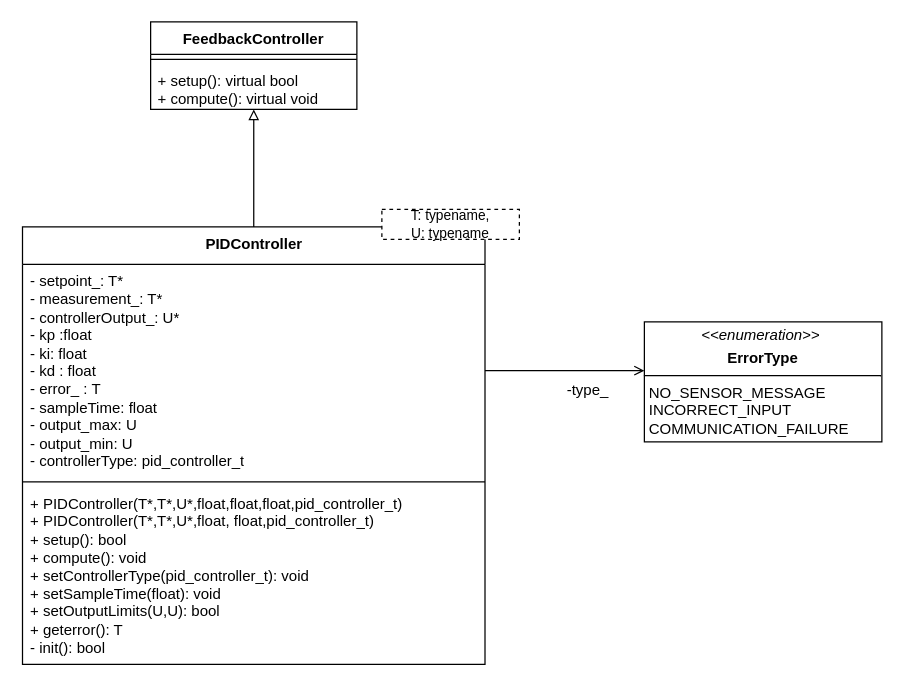
mekuro9/PWAO-CSU keeps this draw.io diagram as Diagrams/UML/Error UML.drawio. Above is the earlier version. Source tidied: cells renumbered, new cells numbered last; positions are measured from the earlier drawing's top-left corner, leaving out a move shared by most shapes. Both pictures are drawn from the tidied source at 125%, with x=0, y=0 at pixel (21, 21).
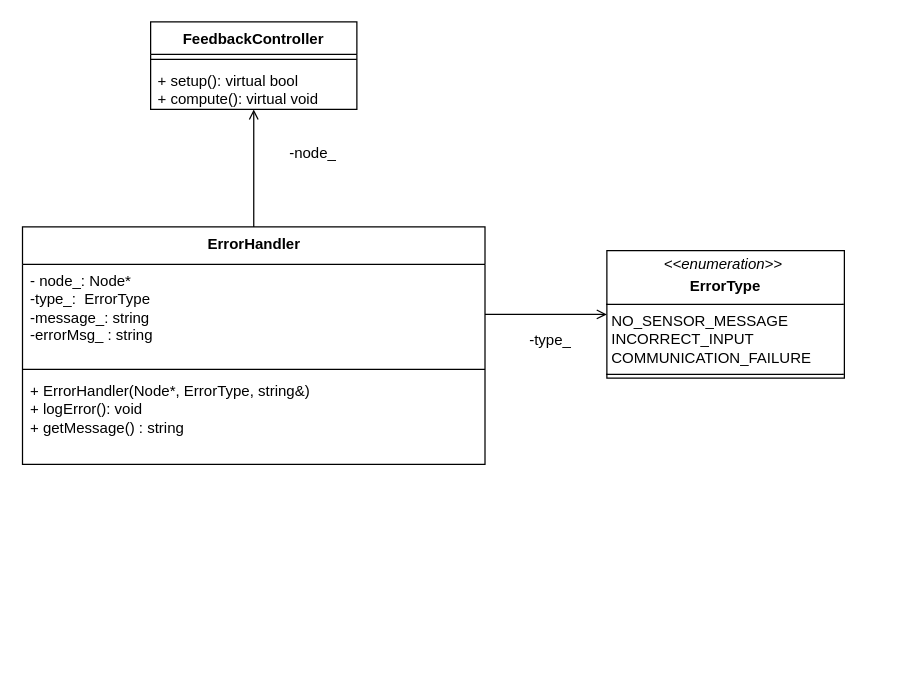
The same page after the edit.

The edit, as a diff of the source:
```diff
@@
 <mxGraphModel>
   <root>
     <mxCell id="0" />
     <mxCell id="1" parent="0" />
     <mxCell id="2" value="FeedbackController" style="swimlane;fontStyle=1;align=center;verticalAlign=top;horizontal=1;startSize=26;whiteSpace=wrap;html=1;" parent="1" vertex="1">
       <mxGeometry x="103" width="165" height="70" as="geometry" />
     </mxCell>
     <mxCell id="3" style="line;strokeWidth=1;fillColor=none;align=left;verticalAlign=middle;spacingTop=-1;spacingLeft=3;spacingRight=3;labelPosition=right;strokeColor=inherit;" parent="2" vertex="1">
       <mxGeometry y="26" width="165" height="8" as="geometry" />
     </mxCell>
     <mxCell id="4" value="&lt;div&gt;+ setup(): virtual bool&lt;/div&gt;&lt;div&gt;+ compute(): virtual void&lt;br&gt;&lt;/div&gt;" style="text;strokeColor=none;fillColor=none;align=left;verticalAlign=top;spacingLeft=4;spacingRight=4;overflow=hidden;whiteSpace=wrap;html=1;" parent="2" vertex="1">
       <mxGeometry y="34" width="165" height="36" as="geometry" />
     </mxCell>
-    <mxCell id="5" style="edgeStyle=orthogonalEdgeStyle;rounded=0;jettySize=auto;html=1;endArrow=block;endFill=0;" parent="1" edge="1" source="6" target="2">
+    <mxCell id="5" style="edgeStyle=orthogonalEdgeStyle;rounded=0;jettySize=auto;html=1;endArrow=open;endFill=0;" parent="1" edge="1" source="6" target="2">
       <mxGeometry relative="1" as="geometry" />
     </mxCell>
-    <mxCell id="6" value="PIDController" style="swimlane;fontStyle=1;align=center;verticalAlign=top;horizontal=1;startSize=30;whiteSpace=wrap;html=1;" parent="1" vertex="1">
-      <mxGeometry x="0.5" y="164" width="370" height="350" as="geometry" />
+    <mxCell id="6" value="ErrorHandler" style="swimlane;fontStyle=1;align=center;verticalAlign=top;horizontal=1;startSize=30;whiteSpace=wrap;html=1;" parent="1" vertex="1">
+      <mxGeometry x="0.5" y="164" width="370" height="190" as="geometry" />
     </mxCell>
-    <mxCell id="7" value="&lt;div&gt;- setpoint_: T*&lt;/div&gt;&lt;div&gt;- measurement_: T*&lt;/div&gt;&lt;div&gt;- controllerOutput_: U*&lt;/div&gt;&lt;div&gt;- kp :float&lt;/div&gt;&lt;div&gt;- ki: float&lt;/div&gt;&lt;div&gt;- kd : float&lt;/div&gt;&lt;div&gt;- error_ : T&lt;/div&gt;&lt;div&gt;- sampleTime: float&lt;/div&gt;&lt;div&gt;- output_max: U&lt;br&gt;&lt;/div&gt;&lt;div&gt;- output_min: U&lt;/div&gt;&lt;div&gt;- controllerType: pid_controller_t&lt;br&gt;&lt;/div&gt;" style="text;strokeColor=none;fillColor=none;align=left;verticalAlign=top;spacingLeft=4;spacingRight=4;overflow=hidden;points=[[0,0.5],[1,0.5]];portConstraint=eastwest;whiteSpace=wrap;html=1;" parent="6" vertex="1">
-      <mxGeometry y="30" width="370" height="170" as="geometry" />
+    <mxCell id="7" value="&lt;div&gt;- node_: Node*&lt;/div&gt;&lt;div&gt;-type_:&amp;nbsp; ErrorType&lt;/div&gt;&lt;div&gt;-message_: string&lt;/div&gt;&lt;div&gt;-errorMsg_ : string&lt;br&gt;&lt;/div&gt;" style="text;strokeColor=none;fillColor=none;align=left;verticalAlign=top;spacingLeft=4;spacingRight=4;overflow=hidden;points=[[0,0.5],[1,0.5]];portConstraint=eastwest;whiteSpace=wrap;html=1;" parent="6" vertex="1">
+      <mxGeometry y="30" width="370" height="80" as="geometry" />
     </mxCell>
     <mxCell id="8" style="line;strokeWidth=1;fillColor=none;align=left;verticalAlign=middle;spacingTop=-1;spacingLeft=3;spacingRight=3;labelPosition=right;strokeColor=inherit;" parent="6" vertex="1">
-      <mxGeometry y="200" width="370" height="8" as="geometry" />
+      <mxGeometry y="110" width="370" height="8" as="geometry" />
     </mxCell>
-    <mxCell id="9" value="&lt;div&gt;+ PIDController(T*,T*,U*,float,float,float,pid_controller_t)&lt;/div&gt;&lt;div&gt;+ PIDController(T*,T*,U*,float, float,pid_controller_t)&lt;br&gt;&lt;/div&gt;&lt;div&gt;+ setup(): bool&lt;/div&gt;&lt;div&gt;+ compute(): void&lt;/div&gt;&lt;div&gt;+ setControllerType(pid_controller_t): void&lt;/div&gt;&lt;div&gt;+ setSampleTime(float): void&lt;br&gt;&lt;/div&gt;&lt;div&gt;+ setOutputLimits(U,U): bool&lt;/div&gt;&lt;div&gt;+ geterror(): T&lt;/div&gt;&lt;div&gt;- init(): bool &lt;br&gt;&lt;/div&gt;" style="text;strokeColor=none;fillColor=none;align=left;verticalAlign=top;spacingLeft=4;spacingRight=4;overflow=hidden;whiteSpace=wrap;html=1;" parent="6" vertex="1">
-      <mxGeometry y="208" width="370" height="142" as="geometry" />
+    <mxCell id="9" value="&lt;div&gt;+ ErrorHandler(Node*, ErrorType, string&amp;amp;)&lt;br&gt;&lt;/div&gt;&lt;div&gt;+ logError(): void&lt;/div&gt;&lt;div&gt;+ getMessage() : string&lt;br&gt;&lt;/div&gt;" style="text;strokeColor=none;fillColor=none;align=left;verticalAlign=top;spacingLeft=4;spacingRight=4;overflow=hidden;whiteSpace=wrap;html=1;" parent="6" vertex="1">
+      <mxGeometry y="118" width="370" height="72" as="geometry" />
     </mxCell>
-    <mxCell id="10" value="&lt;div style=&quot;font-size: 11px;&quot;&gt;&lt;font style=&quot;font-size: 11px;&quot;&gt;T: typename,&lt;/font&gt;&lt;/div&gt;&lt;div style=&quot;font-size: 11px;&quot;&gt;&lt;font style=&quot;font-size: 11px;&quot;&gt;U: typename&lt;b&gt;&lt;br&gt;&lt;/b&gt;&lt;/font&gt;&lt;/div&gt;" style="rounded=0;whiteSpace=wrap;html=1;dashed=1;" parent="1" vertex="1">
-      <mxGeometry x="288" y="150" width="110" height="24" as="geometry" />
-    </mxCell>
-    <mxCell id="11" style="edgeStyle=orthogonalEdgeStyle;rounded=0;jettySize=auto;html=1;endArrow=open;endFill=0;" parent="1" edge="1" source="7">
-      <mxGeometry relative="1" as="geometry">
-        <mxPoint x="498" y="279" as="targetPoint" />
-      </mxGeometry>
+    <mxCell id="11" style="edgeStyle=orthogonalEdgeStyle;rounded=0;jettySize=auto;html=1;endArrow=open;endFill=0;entryX=0;entryY=0.5;entryDx=0;entryDy=0;" parent="1" edge="1" source="7" target="13">
+      <mxGeometry relative="1" as="geometry" />
     </mxCell>
     <mxCell id="12" value="-type_" style="text;html=1;align=center;verticalAlign=middle;whiteSpace=wrap;rounded=0;" parent="1" vertex="1">
-      <mxGeometry x="408" y="280" width="90" height="30" as="geometry" />
+      <mxGeometry x="378" y="240" width="90" height="30" as="geometry" />
     </mxCell>
     <mxCell id="13" value="&lt;p style=&quot;margin:0px;margin-top:4px;text-align:center;&quot;&gt;&lt;i&gt;&amp;lt;&amp;lt;enumeration&amp;gt;&amp;gt;&lt;/i&gt;&lt;b&gt;&amp;nbsp;&lt;/b&gt;&lt;/p&gt;&lt;p style=&quot;margin:0px;margin-top:4px;text-align:center;&quot;&gt;&lt;b&gt;ErrorType&lt;/b&gt;&lt;br&gt;&lt;/p&gt;&lt;hr size=&quot;1&quot; style=&quot;border-style:solid;&quot;&gt;&lt;p style=&quot;margin:0px;margin-left:4px;&quot;&gt;NO_SENSOR_MESSAGE&lt;/p&gt;&lt;p style=&quot;margin:0px;margin-left:4px;&quot;&gt;INCORRECT_INPUT&lt;/p&gt;&lt;p style=&quot;margin:0px;margin-left:4px;&quot;&gt;COMMUNICATION_FAILURE&lt;br&gt;&lt;/p&gt;&lt;hr size=&quot;1&quot; style=&quot;border-style:solid;&quot;&gt;" style="verticalAlign=top;align=left;overflow=fill;html=1;whiteSpace=wrap;" parent="1" vertex="1">
-      <mxGeometry x="498" y="240" width="190" height="96" as="geometry" />
+      <mxGeometry x="468" y="183" width="190" height="102" as="geometry" />
     </mxCell>
+    <mxCell id="14" value="-node_" style="text;html=1;align=center;verticalAlign=middle;whiteSpace=wrap;rounded=0;" parent="1" vertex="1">
+      <mxGeometry x="188" y="90" width="90" height="30" as="geometry" />
+    </mxCell>
   </root>
 </mxGraphModel>
```
